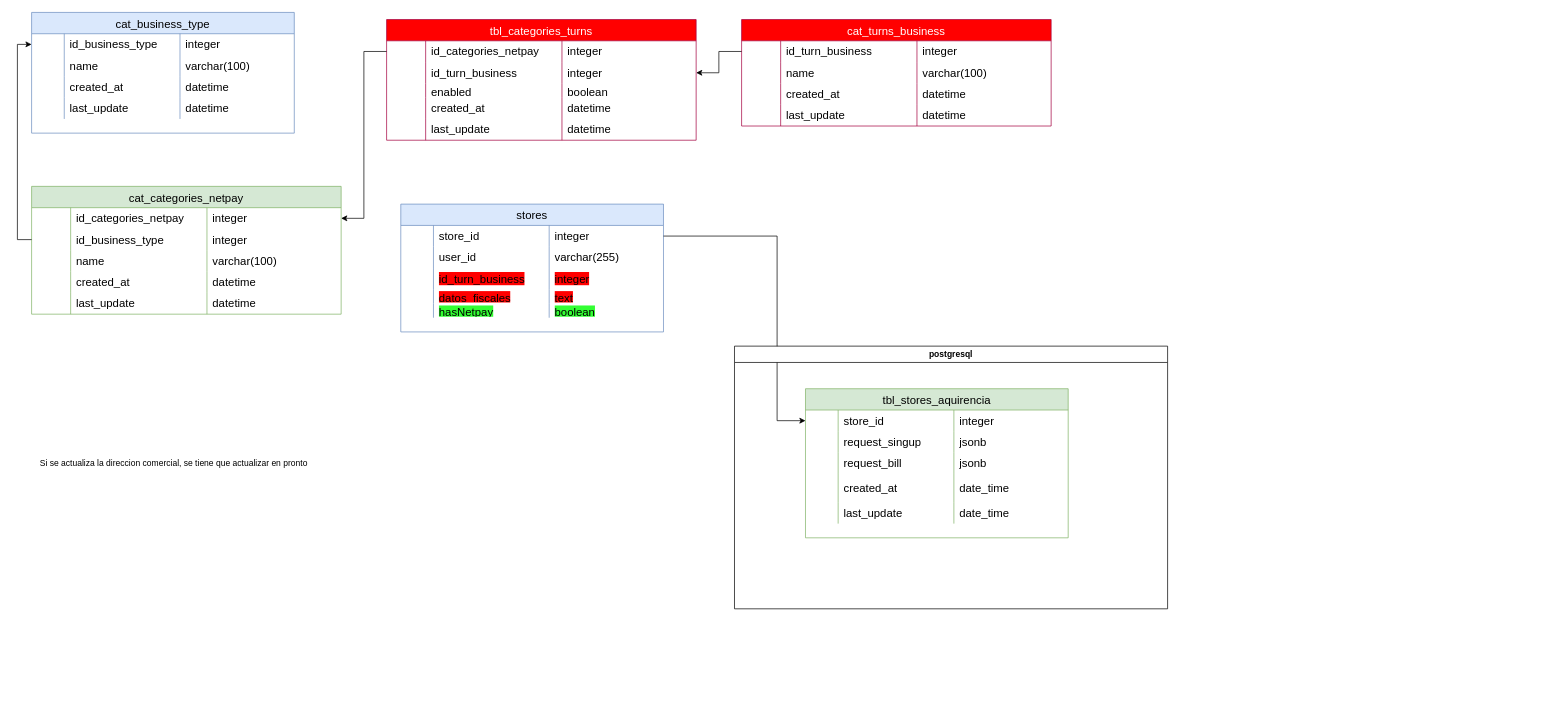
Before: Data base/SmartOnboarding-Adquirencia.drawio in marcoluisdf/documentacion, a draw.io diagram. Source tidied: cells renumbered, new cells numbered last; positions are measured from the earlier drawing's top-left corner, leaving out a move shared by most shapes. Both pictures are drawn from the tidied source at 71%, with x=0, y=0 at pixel (31, 12).
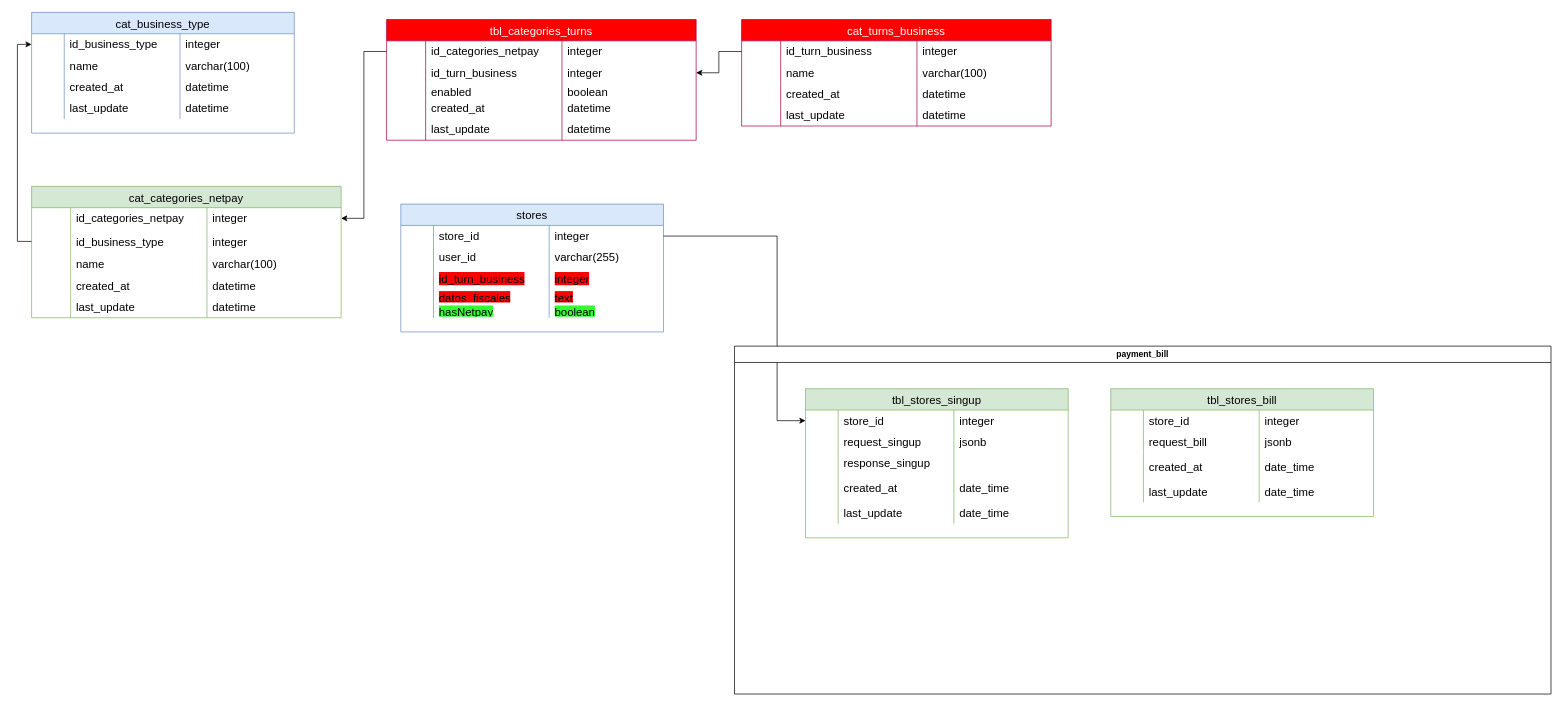
The same diagram, later.

Unchanged cells that the change refers to:
```xml
<mxCell id="113" style="shape=tableRow;horizontal=0;startSize=0;swimlaneHead=0;swimlaneBody=0;top=0;left=0;bottom=0;right=0;fillColor=none;strokeColor=inherit;fontSize=16;" parent="104" vertex="1">
  <mxGeometry y="90" width="370" height="30" as="geometry" />
</mxCell>
```

Change to the diagram source:
```diff
@@
     <mxCell id="19" value="cat_categories_netpay" style="shape=table;startSize=30;childLayout=tableLayout;rowLines=0;fontStyle=0;strokeColor=#82b366;fontSize=16;fillColor=#d5e8d4;" parent="1" vertex="1">
-      <mxGeometry y="245" width="436" height="180" as="geometry" />
+      <mxGeometry y="245" width="436" height="185" as="geometry" />
     </mxCell>
@@
     <mxCell id="24" style="shape=tableRow;horizontal=0;startSize=0;swimlaneHead=0;swimlaneBody=0;top=0;left=0;bottom=0;right=0;fillColor=none;points=[[0,0.5],[1,0.5]];portConstraint=eastwest;strokeColor=inherit;fontSize=16;" parent="19" vertex="1">
-      <mxGeometry y="60" width="436" height="30" as="geometry" />
+      <mxGeometry y="60" width="436" height="35" as="geometry" />
     </mxCell>
     <mxCell id="25" style="shape=partialRectangle;html=1;whiteSpace=wrap;fillColor=none;top=0;left=0;bottom=0;right=0;overflow=hidden;strokeColor=inherit;fontSize=16;" parent="24" vertex="1">
-      <mxGeometry width="55" height="30" as="geometry" />
+      <mxGeometry width="55" height="35" as="geometry" />
     </mxCell>
     <mxCell id="26" value="id_business_type" style="shape=partialRectangle;html=1;whiteSpace=wrap;fillColor=none;top=0;left=0;bottom=0;right=0;align=left;spacingLeft=6;overflow=hidden;strokeColor=inherit;fontSize=16;" parent="24" vertex="1">
-      <mxGeometry x="55" width="192" height="30" as="geometry" />
+      <mxGeometry x="55" width="192" height="35" as="geometry" />
     </mxCell>
     <mxCell id="27" value="integer" style="shape=partialRectangle;html=1;whiteSpace=wrap;fillColor=none;top=0;left=0;bottom=0;right=0;align=left;spacingLeft=6;overflow=hidden;strokeColor=inherit;fontSize=16;" parent="24" vertex="1">
-      <mxGeometry x="247" width="189" height="30" as="geometry" />
+      <mxGeometry x="247" width="189" height="35" as="geometry" />
     </mxCell>
     <mxCell id="28" style="shape=tableRow;horizontal=0;startSize=0;swimlaneHead=0;swimlaneBody=0;top=0;left=0;bottom=0;right=0;fillColor=none;strokeColor=inherit;fontSize=16;" parent="19" vertex="1">
-      <mxGeometry y="90" width="436" height="30" as="geometry" />
+      <mxGeometry y="95" width="436" height="30" as="geometry" />
     </mxCell>
@@
     <mxCell id="32" style="shape=tableRow;horizontal=0;startSize=0;swimlaneHead=0;swimlaneBody=0;top=0;left=0;bottom=0;right=0;fillColor=none;strokeColor=inherit;fontSize=16;" parent="19" vertex="1">
-      <mxGeometry y="120" width="436" height="30" as="geometry" />
+      <mxGeometry y="125" width="436" height="30" as="geometry" />
     </mxCell>
@@
     <mxCell id="36" style="shape=tableRow;horizontal=0;startSize=0;swimlaneHead=0;swimlaneBody=0;top=0;left=0;bottom=0;right=0;fillColor=none;strokeColor=inherit;fontSize=16;" parent="19" vertex="1">
-      <mxGeometry y="150" width="436" height="30" as="geometry" />
+      <mxGeometry y="155" width="436" height="30" as="geometry" />
     </mxCell>
@@
-    <mxCell id="103" value="postgresql" style="swimlane;whiteSpace=wrap;html=1;" parent="1" vertex="1">
-      <mxGeometry x="990" y="470" width="610" height="370" as="geometry" />
+    <mxCell id="103" value="payment_bill" style="swimlane;whiteSpace=wrap;html=1;" parent="1" vertex="1">
+      <mxGeometry x="990" y="470" width="1150" height="490" as="geometry" />
     </mxCell>
-    <mxCell id="104" value="tbl_stores_aquirencia" style="shape=table;startSize=30;childLayout=tableLayout;rowLines=0;fontStyle=0;strokeColor=#82b366;fontSize=16;fillColor=#d5e8d4;" parent="103" vertex="1">
+    <mxCell id="104" value="tbl_stores_singup" style="shape=table;startSize=30;childLayout=tableLayout;rowLines=0;fontStyle=0;strokeColor=#82b366;fontSize=16;fillColor=#d5e8d4;" parent="103" vertex="1">
       <mxGeometry x="100" y="60" width="370" height="210" as="geometry" />
     </mxCell>
@@
-    <mxCell id="114" style="shape=partialRectangle;html=1;whiteSpace=wrap;fillColor=none;top=0;left=0;bottom=0;right=0;overflow=hidden;strokeColor=inherit;fontSize=16;" parent="113" vertex="1">
-      <mxGeometry width="46" height="30" as="geometry" />
-    </mxCell>
-    <mxCell id="115" value="request_bill" style="shape=partialRectangle;html=1;whiteSpace=wrap;fillColor=none;top=0;left=0;bottom=0;right=0;align=left;spacingLeft=6;overflow=hidden;strokeColor=inherit;fontSize=16;" parent="113" vertex="1">
-      <mxGeometry x="46" width="163" height="30" as="geometry" />
-    </mxCell>
-    <mxCell id="116" value="&lt;div&gt;jsonb&lt;/div&gt;" style="shape=partialRectangle;html=1;whiteSpace=wrap;fillColor=none;top=0;left=0;bottom=0;right=0;align=left;spacingLeft=6;overflow=hidden;strokeColor=inherit;fontSize=16;" parent="113" vertex="1">
-      <mxGeometry x="209" width="161" height="30" as="geometry" />
-    </mxCell>
+    <mxCell id="126" style="shape=partialRectangle;html=1;whiteSpace=wrap;fillColor=none;top=0;left=0;bottom=0;right=0;overflow=hidden;strokeColor=inherit;fontSize=16;" parent="113" vertex="1">
+      <mxGeometry width="46" height="30" as="geometry" />
+    </mxCell>
+    <mxCell id="127" value="response_singup" style="shape=partialRectangle;html=1;whiteSpace=wrap;fillColor=none;top=0;left=0;bottom=0;right=0;align=left;spacingLeft=6;overflow=hidden;strokeColor=inherit;fontSize=16;" parent="113" vertex="1">
+      <mxGeometry x="46" width="163" height="30" as="geometry" />
+    </mxCell>
+    <mxCell id="128" style="shape=partialRectangle;html=1;whiteSpace=wrap;fillColor=none;top=0;left=0;bottom=0;right=0;align=left;spacingLeft=6;overflow=hidden;strokeColor=inherit;fontSize=16;" parent="113" vertex="1">
+      <mxGeometry x="209" width="161" height="30" as="geometry" />
+    </mxCell>
@@
-    <mxCell id="125" value="Si se actualiza la direccion comercial, se tiene que actualizar en pronto" style="text;html=1;align=center;verticalAlign=middle;strokeColor=none;fillColor=none;" parent="1" vertex="1">
-      <mxGeometry y="620" width="400" height="30" as="geometry" />
-    </mxCell>
+    <mxCell id="129" value="tbl_stores_bill" style="shape=table;startSize=30;childLayout=tableLayout;rowLines=0;fontStyle=0;strokeColor=#82b366;fontSize=16;fillColor=#d5e8d4;" parent="103" vertex="1">
+      <mxGeometry x="530" y="60" width="370" height="180" as="geometry" />
+    </mxCell>
+    <mxCell id="130" style="shape=tableRow;horizontal=0;startSize=0;swimlaneHead=0;swimlaneBody=0;top=0;left=0;bottom=0;right=0;fillColor=none;strokeColor=inherit;fontSize=16;" parent="129" vertex="1">
+      <mxGeometry y="30" width="370" height="30" as="geometry" />
+    </mxCell>
+    <mxCell id="131" style="shape=partialRectangle;html=1;whiteSpace=wrap;fillColor=none;top=0;left=0;bottom=0;right=0;overflow=hidden;strokeColor=inherit;fontSize=16;" parent="130" vertex="1">
+      <mxGeometry width="46" height="30" as="geometry" />
+    </mxCell>
+    <mxCell id="132" value="store_id" style="shape=partialRectangle;html=1;whiteSpace=wrap;fillColor=none;top=0;left=0;bottom=0;right=0;align=left;spacingLeft=6;overflow=hidden;strokeColor=inherit;fontSize=16;" parent="130" vertex="1">
+      <mxGeometry x="46" width="163" height="30" as="geometry" />
+    </mxCell>
+    <mxCell id="133" value="integer" style="shape=partialRectangle;html=1;whiteSpace=wrap;fillColor=none;top=0;left=0;bottom=0;right=0;align=left;spacingLeft=6;overflow=hidden;strokeColor=inherit;fontSize=16;" parent="130" vertex="1">
+      <mxGeometry x="209" width="161" height="30" as="geometry" />
+    </mxCell>
+    <mxCell id="134" style="shape=tableRow;horizontal=0;startSize=0;swimlaneHead=0;swimlaneBody=0;top=0;left=0;bottom=0;right=0;fillColor=none;strokeColor=inherit;fontSize=16;" parent="129" vertex="1">
+      <mxGeometry y="60" width="370" height="30" as="geometry" />
+    </mxCell>
+    <mxCell id="135" style="shape=partialRectangle;html=1;whiteSpace=wrap;fillColor=none;top=0;left=0;bottom=0;right=0;overflow=hidden;strokeColor=inherit;fontSize=16;" parent="134" vertex="1">
+      <mxGeometry width="46" height="30" as="geometry" />
+    </mxCell>
+    <mxCell id="115" value="request_bill" style="shape=partialRectangle;html=1;whiteSpace=wrap;fillColor=none;top=0;left=0;bottom=0;right=0;align=left;spacingLeft=6;overflow=hidden;strokeColor=inherit;fontSize=16;" parent="134" vertex="1">
+      <mxGeometry x="46" width="163" height="30" as="geometry" />
+    </mxCell>
+    <mxCell id="116" value="&lt;div&gt;jsonb&lt;/div&gt;" style="shape=partialRectangle;html=1;whiteSpace=wrap;fillColor=none;top=0;left=0;bottom=0;right=0;align=left;spacingLeft=6;overflow=hidden;strokeColor=inherit;fontSize=16;" parent="134" vertex="1">
+      <mxGeometry x="209" width="161" height="30" as="geometry" />
+    </mxCell>
+    <mxCell id="136" style="shape=tableRow;horizontal=0;startSize=0;swimlaneHead=0;swimlaneBody=0;top=0;left=0;bottom=0;right=0;fillColor=none;strokeColor=inherit;fontSize=16;" parent="129" vertex="1">
+      <mxGeometry y="90" width="370" height="40" as="geometry" />
+    </mxCell>
+    <mxCell id="137" style="shape=partialRectangle;html=1;whiteSpace=wrap;fillColor=none;top=0;left=0;bottom=0;right=0;overflow=hidden;strokeColor=inherit;fontSize=16;" parent="136" vertex="1">
+      <mxGeometry width="46" height="40" as="geometry" />
+    </mxCell>
+    <mxCell id="138" value="created_at" style="shape=partialRectangle;html=1;whiteSpace=wrap;fillColor=none;top=0;left=0;bottom=0;right=0;align=left;spacingLeft=6;overflow=hidden;strokeColor=inherit;fontSize=16;" parent="136" vertex="1">
+      <mxGeometry x="46" width="163" height="40" as="geometry" />
+    </mxCell>
+    <mxCell id="139" value="date_time" style="shape=partialRectangle;html=1;whiteSpace=wrap;fillColor=none;top=0;left=0;bottom=0;right=0;align=left;spacingLeft=6;overflow=hidden;strokeColor=inherit;fontSize=16;" parent="136" vertex="1">
+      <mxGeometry x="209" width="161" height="40" as="geometry" />
+    </mxCell>
+    <mxCell id="140" style="shape=tableRow;horizontal=0;startSize=0;swimlaneHead=0;swimlaneBody=0;top=0;left=0;bottom=0;right=0;fillColor=none;strokeColor=inherit;fontSize=16;" parent="129" vertex="1">
+      <mxGeometry y="130" width="370" height="30" as="geometry" />
+    </mxCell>
+    <mxCell id="141" style="shape=partialRectangle;html=1;whiteSpace=wrap;fillColor=none;top=0;left=0;bottom=0;right=0;overflow=hidden;strokeColor=inherit;fontSize=16;" parent="140" vertex="1">
+      <mxGeometry width="46" height="30" as="geometry" />
+    </mxCell>
+    <mxCell id="142" value="last_update" style="shape=partialRectangle;html=1;whiteSpace=wrap;fillColor=none;top=0;left=0;bottom=0;right=0;align=left;spacingLeft=6;overflow=hidden;strokeColor=inherit;fontSize=16;" parent="140" vertex="1">
+      <mxGeometry x="46" width="163" height="30" as="geometry" />
+    </mxCell>
+    <mxCell id="143" value="date_time" style="shape=partialRectangle;html=1;whiteSpace=wrap;fillColor=none;top=0;left=0;bottom=0;right=0;align=left;spacingLeft=6;overflow=hidden;strokeColor=inherit;fontSize=16;" parent="140" vertex="1">
+      <mxGeometry x="209" width="161" height="30" as="geometry" />
+    </mxCell>
```
